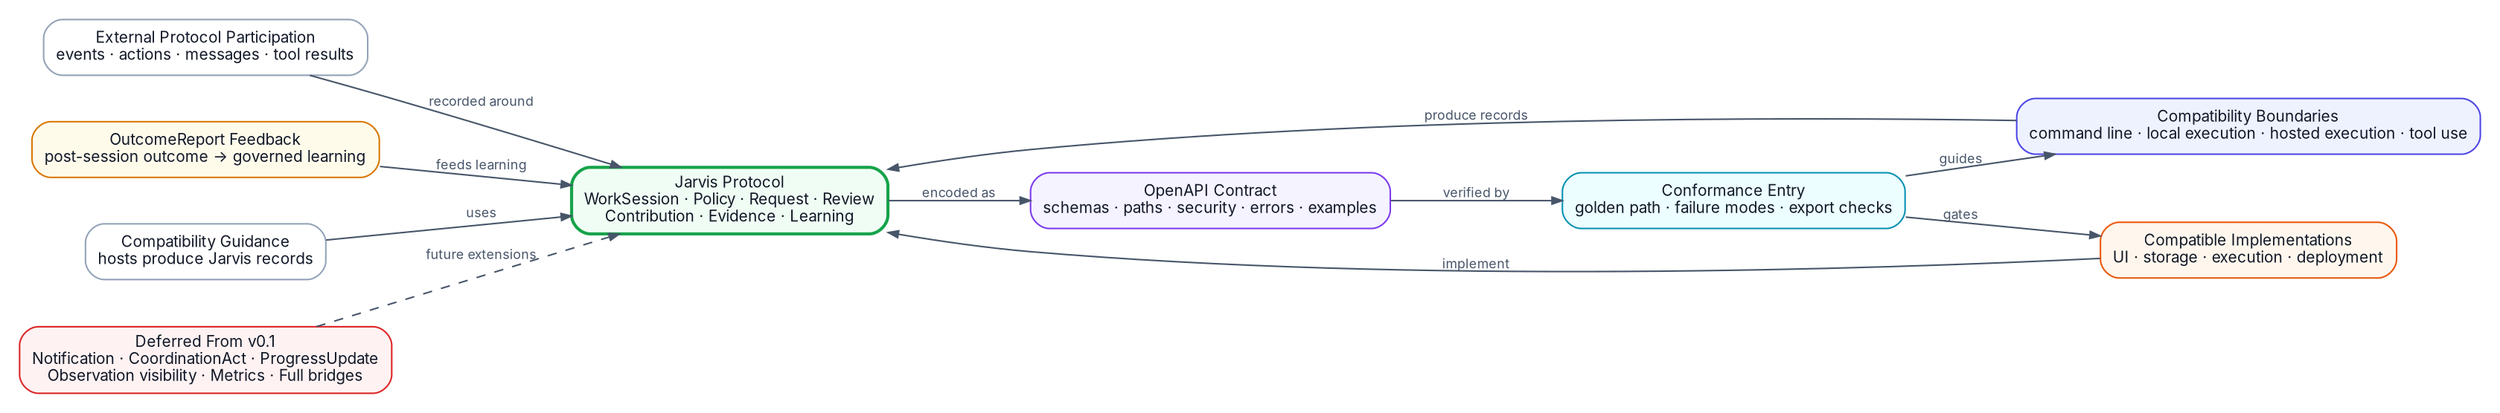
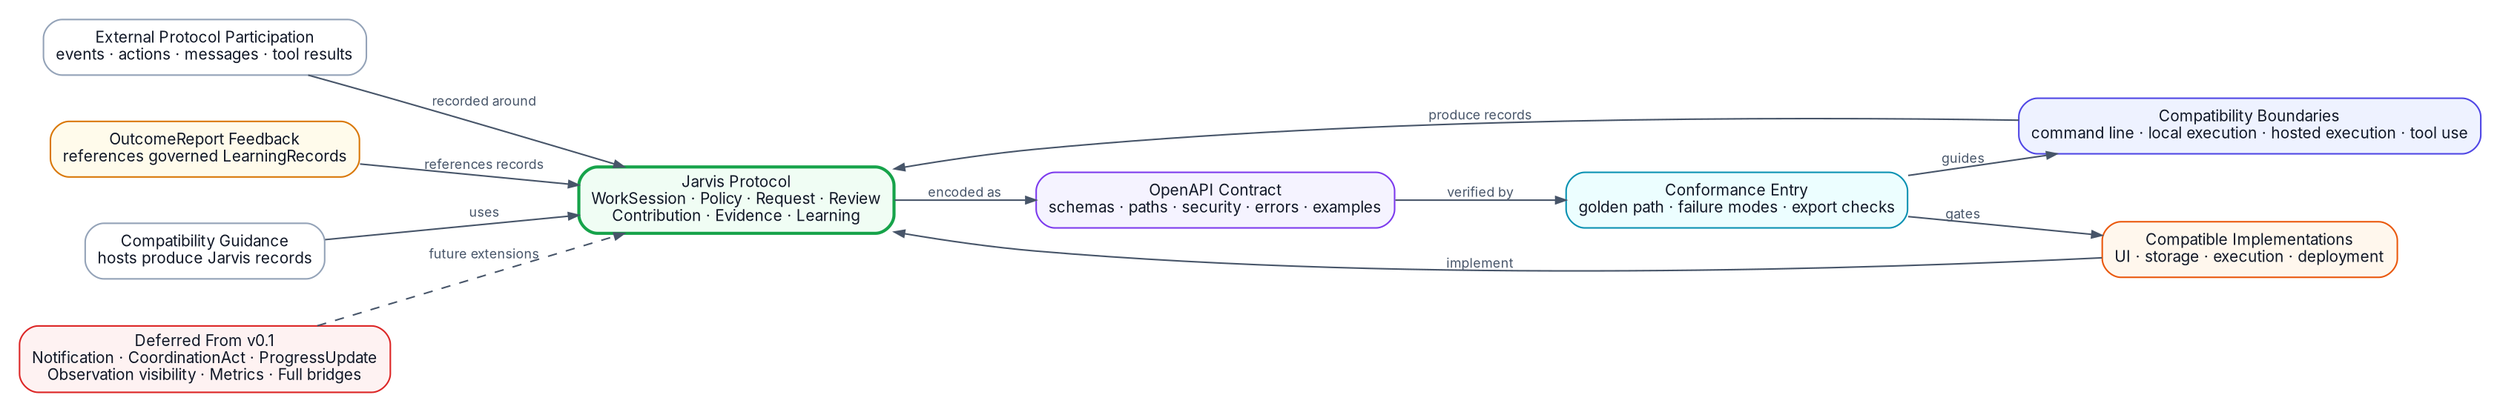
digraph G {
  graph [rankdir=LR, bgcolor="white", margin=0.12, nodesep=0.42, ranksep=0.6];
  node [shape=box, style="rounded,filled", fontname="Inter", fontsize=10, color="#94a3b8", fillcolor="#f8fafc", fontcolor="#111827", margin="0.11,0.07"];
  edge [fontname="Inter", fontsize=8.5, color="#475569", fontcolor="#475569", arrowsize=0.65];

  jarvis [label="Jarvis Protocol\nWorkSession · Policy · Request · Review\nContribution · Evidence · Learning", fillcolor="#f0fdf4", color="#16a34a", penwidth=2];
  openapi [label="OpenAPI Contract\nschemas · paths · security · errors · examples", fillcolor="#f5f3ff", color="#7c3aed"];
  conformance [label="Conformance Entry\ngolden path · failure modes · export checks", fillcolor="#ecfeff", color="#0891b2"];
  adapters [label="Compatibility Boundaries\ncommand line · local execution · hosted execution · tool use", fillcolor="#eef2ff", color="#4f46e5"];
  hosts [label="Compatible Implementations\nUI · storage · execution · deployment", fillcolor="#fff7ed", color="#ea580c"];
  protocols [label="External Protocol Participation\nevents · actions · messages · tool results", fillcolor="#ffffff"];
-   outcome [label="OutcomeReport Feedback\npost-session outcome -> governed learning", fillcolor="#fffbeb", color="#d97706"];
+   outcome [label="OutcomeReport Feedback\nreferences governed LearningRecords", fillcolor="#fffbeb", color="#d97706"];
  guidance [label="Compatibility Guidance\nhosts produce Jarvis records", fillcolor="#ffffff"];
  deferred [label="Deferred From v0.1\nNotification · CoordinationAct · ProgressUpdate\nObservation visibility · Metrics · Full bridges", fillcolor="#fef2f2", color="#dc2626"];

  jarvis -> openapi [label="encoded as"];
  openapi -> conformance [label="verified by"];
  conformance -> adapters [label="guides"];
  conformance -> hosts [label="gates"];
  adapters -> jarvis [label="produce records"];
  hosts -> jarvis [label="implement"];
  protocols -> jarvis [label="recorded around"];
-   outcome -> jarvis [label="feeds learning"];
+   outcome -> jarvis [label="references records"];
  guidance -> jarvis [label="uses"];
  deferred -> jarvis [style=dashed, label="future extensions"];
}
